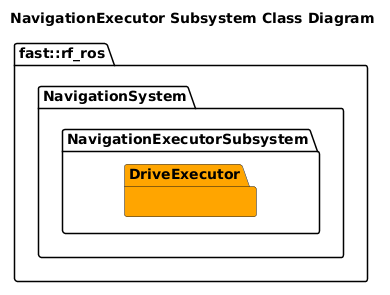
fastrobotics/robot_framework_ros keeps this PlantUML diagram as Systems/Navigation/Subsystems/NavigationExecutor/doc/puml/NavigationExecutorSubsystemClassDiagram.png. Above is the earlier version.
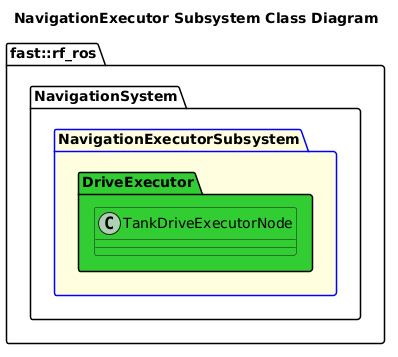
Later version of the same file.

The edit, as a diff of the source:
```diff
@@ -3,9 +3,9 @@
 
 namespace fast::rf_ros {
     namespace NavigationSystem {
-        namespace NavigationExecutorSubsystem {
-            package DriveExecutor #Orange {
-
+        package NavigationExecutorSubsystem #LightYellow;line:blue {
+            namespace DriveExecutor #LimeGreen {
+                 class TankDriveExecutorNode #LimeGreen {}
             }
         }
     }
```
